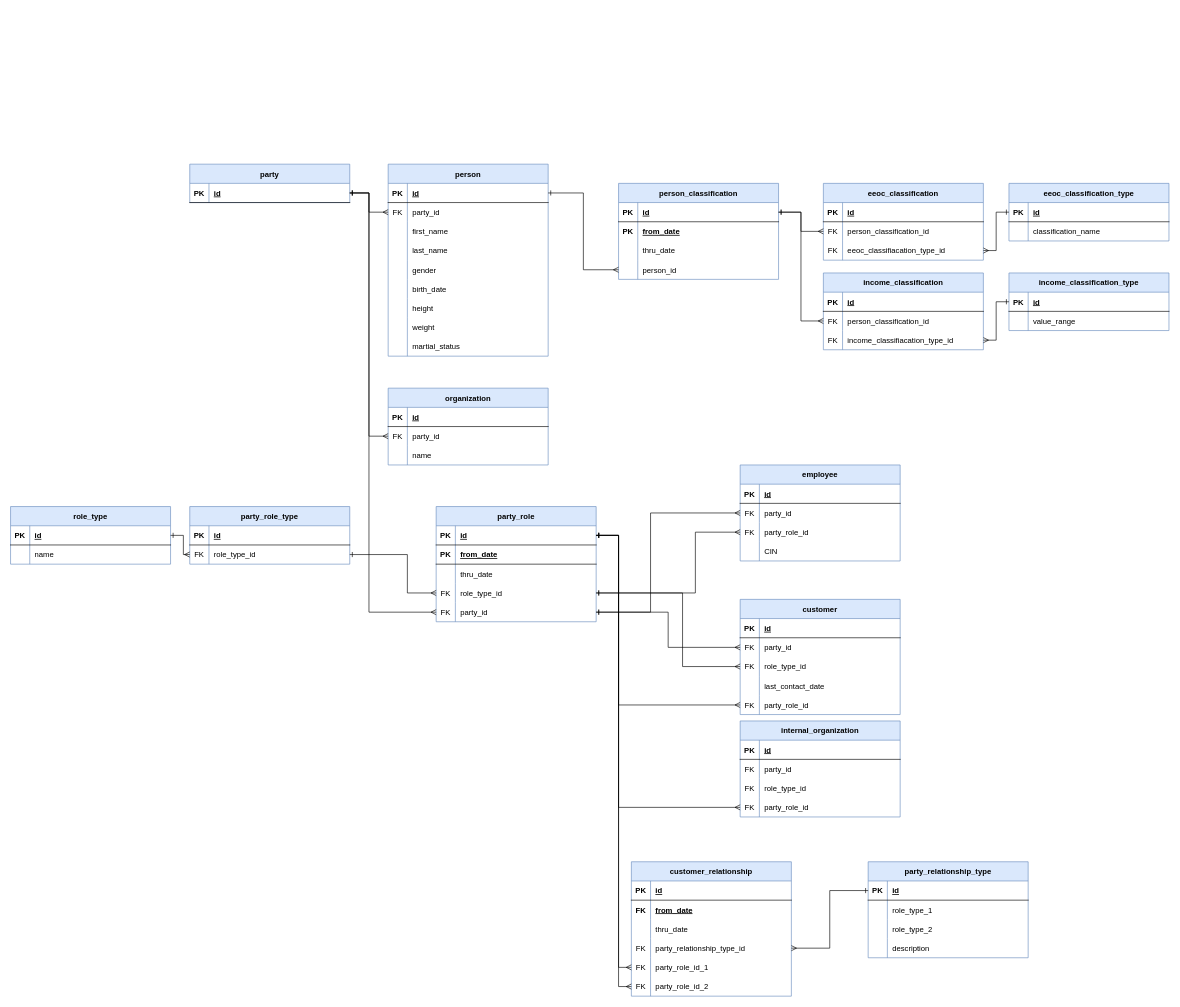
The draw.io diagram Untitled Diagram.drawio in wassimbensalah/tutorials, before the edit. Source tidied: cells renumbered, new cells numbered last; positions are measured from the earlier drawing's top-left corner, leaving out a move shared by most shapes. Both pictures are drawn from the tidied source at 64%, with x=0, y=0 at pixel (10, 164).
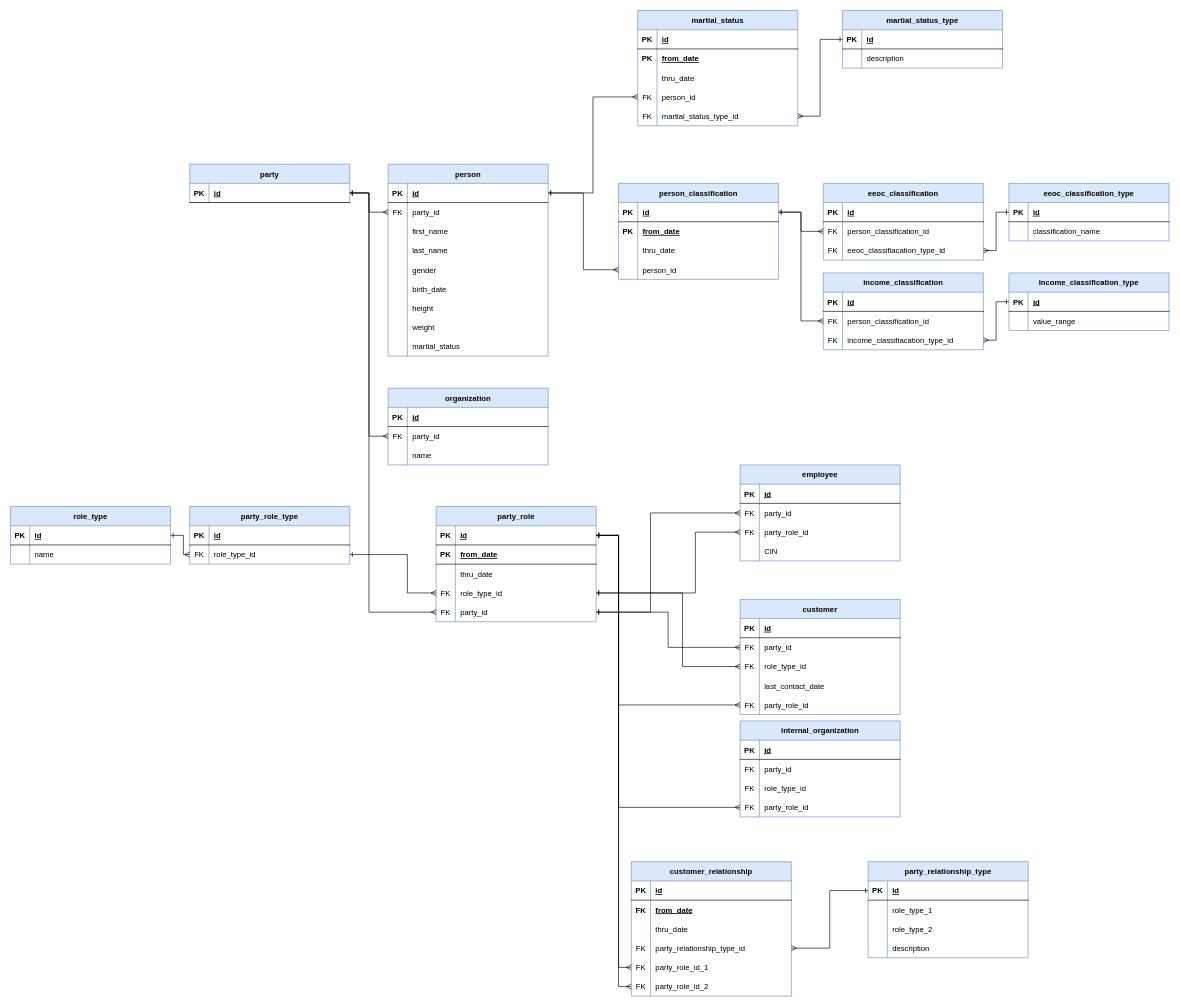
Above is the later version.

Unchanged cells that the change refers to:
```xml
<mxCell id="7" style="shape=partialRectangle;fillColor=none;points=[[0,0.5],[1,0.5]];portConstraint=eastwest;top=0;left=0;right=0;bottom=1;" parent="6" vertex="1">
  <mxGeometry y="30" width="250" height="30" as="geometry" />
</mxCell>
```

The edit, as a diff of the source:
```diff
@@
+    <mxCell id="214" value="martial_status" style="shape=table;startSize=30;childLayout=tableLayout;rowLines=0;fontStyle=1;align=center;fillColor=#dae8fc;strokeColor=#6c8ebf;" parent="1" vertex="1">
+      <mxGeometry x="980" y="-240" width="250" height="180" as="geometry" />
+    </mxCell>
+    <mxCell id="215" style="shape=partialRectangle;fillColor=none;top=0;left=0;right=0;bottom=1;" parent="214" vertex="1">
+      <mxGeometry y="30" width="250" height="30" as="geometry" />
+    </mxCell>
+    <mxCell id="216" value="PK" style="shape=partialRectangle;overflow=hidden;fillColor=none;top=0;left=0;bottom=0;right=0;fontStyle=1;" parent="215" vertex="1">
+      <mxGeometry width="30" height="30" as="geometry" />
+    </mxCell>
+    <mxCell id="217" value="id" style="shape=partialRectangle;overflow=hidden;fillColor=none;top=0;left=0;bottom=0;right=0;align=left;spacingLeft=6;fontStyle=5;" parent="215" vertex="1">
+      <mxGeometry x="30" width="220" height="30" as="geometry" />
+    </mxCell>
+    <mxCell id="218" style="shape=partialRectangle;fillColor=none;top=0;left=0;right=0;bottom=0;" parent="214" vertex="1">
+      <mxGeometry y="60" width="250" height="30" as="geometry" />
+    </mxCell>
+    <mxCell id="219" value="PK" style="shape=partialRectangle;overflow=hidden;fillColor=none;top=0;left=0;bottom=0;right=0;fontStyle=1;" parent="218" vertex="1">
+      <mxGeometry width="30" height="30" as="geometry" />
+    </mxCell>
+    <mxCell id="220" value="from_date" style="shape=partialRectangle;overflow=hidden;fillColor=none;top=0;left=0;bottom=0;right=0;align=left;spacingLeft=6;fontStyle=5;" parent="218" vertex="1">
+      <mxGeometry x="30" width="220" height="30" as="geometry" />
+    </mxCell>
+    <mxCell id="221" style="shape=partialRectangle;fillColor=none;top=0;left=0;right=0;bottom=0;" parent="214" vertex="1">
+      <mxGeometry y="90" width="250" height="30" as="geometry" />
+    </mxCell>
+    <mxCell id="222" style="shape=partialRectangle;overflow=hidden;fillColor=none;top=0;left=0;bottom=0;right=0;" parent="221" vertex="1">
+      <mxGeometry width="30" height="30" as="geometry" />
+    </mxCell>
+    <mxCell id="223" value="thru_date" style="shape=partialRectangle;overflow=hidden;fillColor=none;top=0;left=0;bottom=0;right=0;align=left;spacingLeft=6;" parent="221" vertex="1">
+      <mxGeometry x="30" width="220" height="30" as="geometry" />
+    </mxCell>
+    <mxCell id="224" style="shape=partialRectangle;fillColor=none;points=[[0,0.5],[1,0.5]];portConstraint=eastwest;top=0;left=0;right=0;bottom=0;" parent="214" vertex="1">
+      <mxGeometry y="120" width="250" height="30" as="geometry" />
+    </mxCell>
+    <mxCell id="225" value="FK" style="shape=partialRectangle;overflow=hidden;fillColor=none;top=0;left=0;bottom=0;right=0;" parent="224" vertex="1">
+      <mxGeometry width="30" height="30" as="geometry" />
+    </mxCell>
+    <mxCell id="226" value="person_id" style="shape=partialRectangle;overflow=hidden;fillColor=none;top=0;left=0;bottom=0;right=0;align=left;spacingLeft=6;fontStyle=0;" parent="224" vertex="1">
+      <mxGeometry x="30" width="220" height="30" as="geometry" />
+    </mxCell>
+    <mxCell id="227" style="shape=partialRectangle;fillColor=none;points=[[0,0.5],[1,0.5]];portConstraint=eastwest;top=0;left=0;right=0;bottom=0;" parent="214" vertex="1">
+      <mxGeometry y="150" width="250" height="30" as="geometry" />
+    </mxCell>
+    <mxCell id="228" value="FK" style="shape=partialRectangle;overflow=hidden;fillColor=none;top=0;left=0;bottom=0;right=0;" parent="227" vertex="1">
+      <mxGeometry width="30" height="30" as="geometry" />
+    </mxCell>
+    <mxCell id="229" value="martial_status_type_id" style="shape=partialRectangle;overflow=hidden;fillColor=none;top=0;left=0;bottom=0;right=0;align=left;spacingLeft=6;fontStyle=0;" parent="227" vertex="1">
+      <mxGeometry x="30" width="220" height="30" as="geometry" />
+    </mxCell>
+    <mxCell id="230" value="martial_status_type" style="shape=table;startSize=30;childLayout=tableLayout;rowLines=0;fontStyle=1;align=center;fillColor=#dae8fc;strokeColor=#6c8ebf;" parent="1" vertex="1">
+      <mxGeometry x="1300" y="-240" width="250" height="90" as="geometry" />
+    </mxCell>
+    <mxCell id="231" style="shape=partialRectangle;fillColor=none;points=[[0,0.5],[1,0.5]];portConstraint=eastwest;top=0;left=0;right=0;bottom=1;" parent="230" vertex="1">
+      <mxGeometry y="30" width="250" height="30" as="geometry" />
+    </mxCell>
+    <mxCell id="232" value="PK" style="shape=partialRectangle;overflow=hidden;fillColor=none;top=0;left=0;bottom=0;right=0;fontStyle=1;" parent="231" vertex="1">
+      <mxGeometry width="30" height="30" as="geometry" />
+    </mxCell>
+    <mxCell id="233" value="id" style="shape=partialRectangle;overflow=hidden;fillColor=none;top=0;left=0;bottom=0;right=0;align=left;spacingLeft=6;fontStyle=5;" parent="231" vertex="1">
+      <mxGeometry x="30" width="220" height="30" as="geometry" />
+    </mxCell>
+    <mxCell id="234" style="shape=partialRectangle;fillColor=none;top=0;left=0;right=0;bottom=0;" parent="230" vertex="1">
+      <mxGeometry y="60" width="250" height="30" as="geometry" />
+    </mxCell>
+    <mxCell id="235" style="shape=partialRectangle;overflow=hidden;fillColor=none;top=0;left=0;bottom=0;right=0;" parent="234" vertex="1">
+      <mxGeometry width="30" height="30" as="geometry" />
+    </mxCell>
+    <mxCell id="236" value="description" style="shape=partialRectangle;overflow=hidden;fillColor=none;top=0;left=0;bottom=0;right=0;align=left;spacingLeft=6;" parent="234" vertex="1">
+      <mxGeometry x="30" width="220" height="30" as="geometry" />
+    </mxCell>
+    <mxCell id="237" style="edgeStyle=orthogonalEdgeStyle;rounded=0;jettySize=auto;html=1;exitX=0;exitY=0.5;exitDx=0;exitDy=0;entryX=1;entryY=0.5;entryDx=0;entryDy=0;endArrow=ERmany;endFill=0;startArrow=ERone;startFill=0;" parent="1" edge="1" source="231" target="227">
+      <mxGeometry relative="1" as="geometry" />
+    </mxCell>
+    <mxCell id="238" style="edgeStyle=orthogonalEdgeStyle;rounded=0;jettySize=auto;html=1;exitX=1;exitY=0.5;exitDx=0;exitDy=0;entryX=0;entryY=0.5;entryDx=0;entryDy=0;startArrow=ERone;startFill=0;endArrow=ERmany;endFill=0;" parent="1" edge="1" source="7" target="224">
+      <mxGeometry relative="1" as="geometry" />
+    </mxCell>
```
